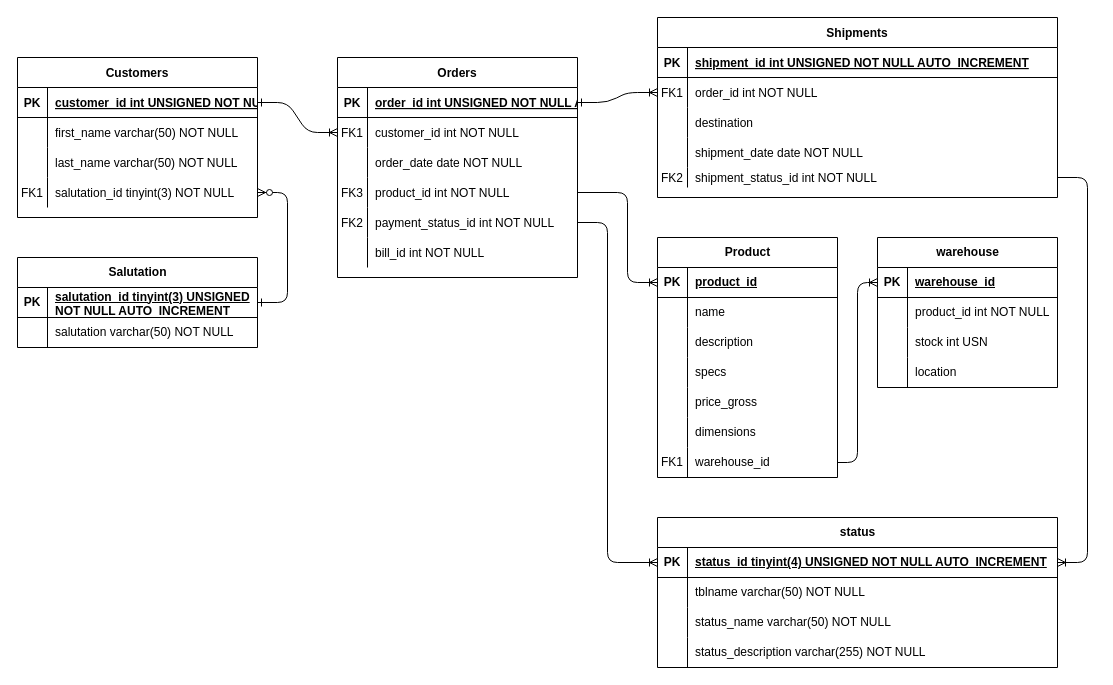
Before: HH_ERM.drawio in Elyesc4/hardwarehub, a draw.io diagram. Source tidied: cells renumbered, new cells numbered last; positions are measured from the earlier drawing's top-left corner, leaving out a move shared by most shapes. Both pictures are drawn from the tidied source at 100%, with x=0, y=0 at pixel (17, 17).
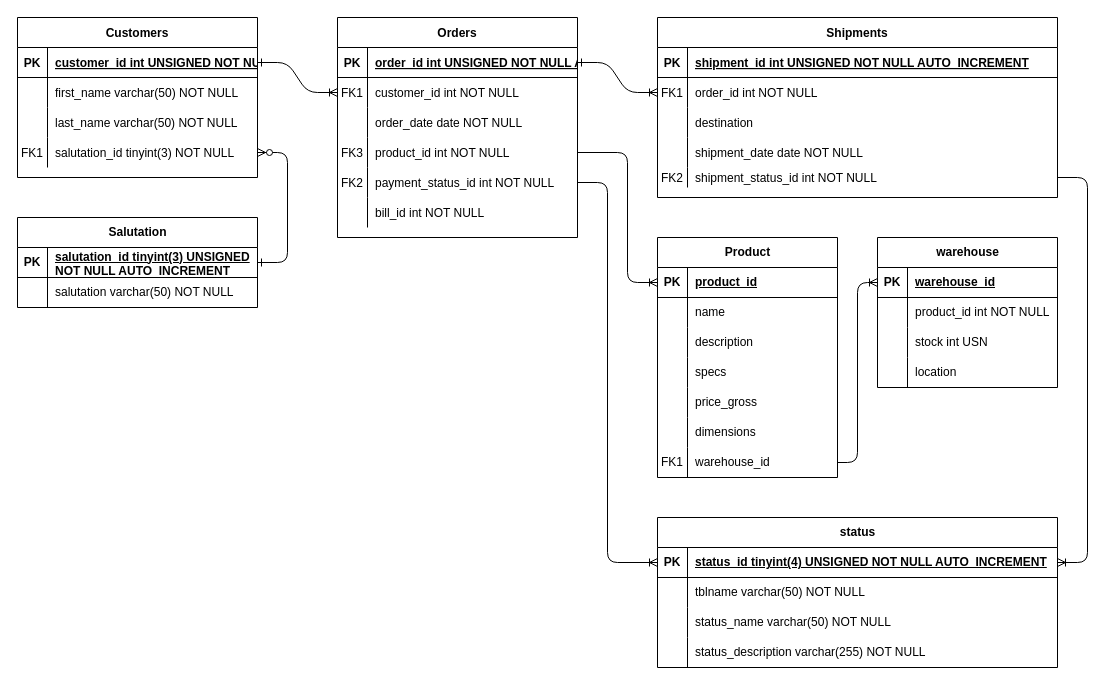
The same diagram, later.

The change refers to these unchanged cells:
```xml
<mxCell id="14" style="shape=partialRectangle;fillColor=none;points=[[0,0.5],[1,0.5]];portConstraint=eastwest;top=0;left=0;right=0;bottom=0;" parent="4" vertex="1">
  <mxGeometry y="120" width="240" height="30" as="geometry" />
</mxCell>
<mxCell id="17" style="shape=partialRectangle;fillColor=none;points=[[0,0.5],[1,0.5]];portConstraint=eastwest;top=0;left=0;right=0;bottom=0;" parent="4" vertex="1">
  <mxGeometry y="150" width="240" height="30" as="geometry" />
</mxCell>
<mxCell id="61" style="shape=tableRow;horizontal=0;startSize=0;swimlaneHead=0;swimlaneBody=0;fillColor=none;points=[[0,0.5],[1,0.5]];portConstraint=eastwest;top=0;left=0;right=0;bottom=1;" parent="60" vertex="1">
  <mxGeometry y="30" width="400" height="30" as="geometry" />
</mxCell>
<mxCell id="76" style="shape=tableRow;horizontal=0;startSize=0;swimlaneHead=0;swimlaneBody=0;fillColor=none;points=[[0,0.5],[1,0.5]];portConstraint=eastwest;top=0;left=0;right=0;bottom=1;" parent="75" vertex="1">
  <mxGeometry y="30" width="180" height="30" as="geometry" />
</mxCell>
```

What changed in the source:
```diff
@@
     <mxCell id="4" value="Orders" style="shape=table;startSize=30;childLayout=tableLayout;rowLines=0;fontStyle=1;align=center;" parent="1" vertex="1">
-      <mxGeometry x="320" y="40" width="240" height="220" as="geometry" />
+      <mxGeometry x="320" width="240" height="220" as="geometry" />
     </mxCell>
@@
     <mxCell id="39" value="Customers" style="shape=table;startSize=30;childLayout=tableLayout;rowLines=0;fontStyle=1;align=center;" parent="1" vertex="1">
-      <mxGeometry y="40" width="240" height="160" as="geometry" />
+      <mxGeometry width="240" height="160" as="geometry" />
     </mxCell>
@@
     <mxCell id="52" value="Salutation" style="shape=table;startSize=30;childLayout=tableLayout;rowLines=0;fontStyle=1;align=center;html=1;" parent="1" vertex="1">
-      <mxGeometry y="240" width="240" height="90" as="geometry" />
+      <mxGeometry y="200" width="240" height="90" as="geometry" />
     </mxCell>
@@
     <mxCell id="74" style="edgeStyle=orthogonalEdgeStyle;fontSize=12;html=1;endArrow=ERoneToMany;exitX=1;exitY=0.5;exitDx=0;exitDy=0;rounded=1;entryX=0;entryY=0.5;entryDx=0;entryDy=0;" parent="1" edge="1" source="17" target="61">
       <mxGeometry relative="1" as="geometry">
         <Array as="points">
-          <mxPoint x="590" y="205" />
+          <mxPoint x="590" y="165" />
           <mxPoint x="590" y="545" />
         </Array>
       </mxGeometry>
     </mxCell>
@@
-    <mxCell id="111" style="edgeStyle=orthogonalEdgeStyle;fontSize=12;html=1;endArrow=ERoneToMany;rounded=1;entryX=0;entryY=0.5;entryDx=0;entryDy=0;" parent="1" edge="1" source="14" target="76">
+    <mxCell id="111" style="edgeStyle=orthogonalEdgeStyle;fontSize=12;html=1;endArrow=ERoneToMany;rounded=1;entryX=0;entryY=0.5;entryDx=0;entryDy=0;exitX=1;exitY=0.5;exitDx=0;exitDy=0;" parent="1" edge="1" source="14" target="76">
       <mxGeometry relative="1" as="geometry">
         <Array as="points">
-          <mxPoint x="610" y="175" />
+          <mxPoint x="610" y="135" />
           <mxPoint x="610" y="265" />
         </Array>
       </mxGeometry>
     </mxCell>
```
